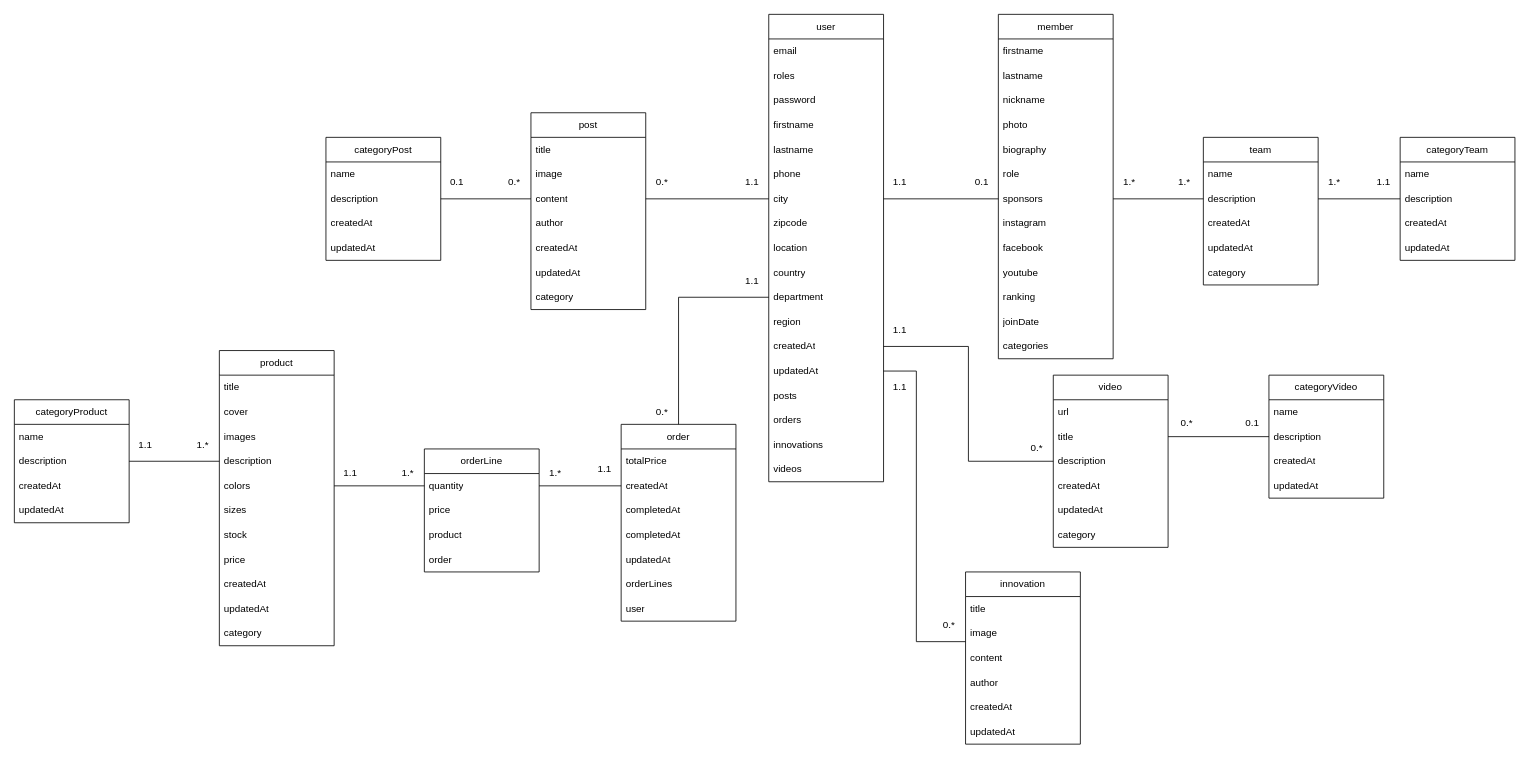
Before: MCD.drawio in Altmanmike/bodyboardbrand, a draw.io diagram. Source tidied: cells renumbered, new cells numbered last; positions are measured from the earlier drawing's top-left corner, leaving out a move shared by most shapes. Both pictures are drawn from the tidied source at 82%, with x=0, y=0 at pixel (14, 14).
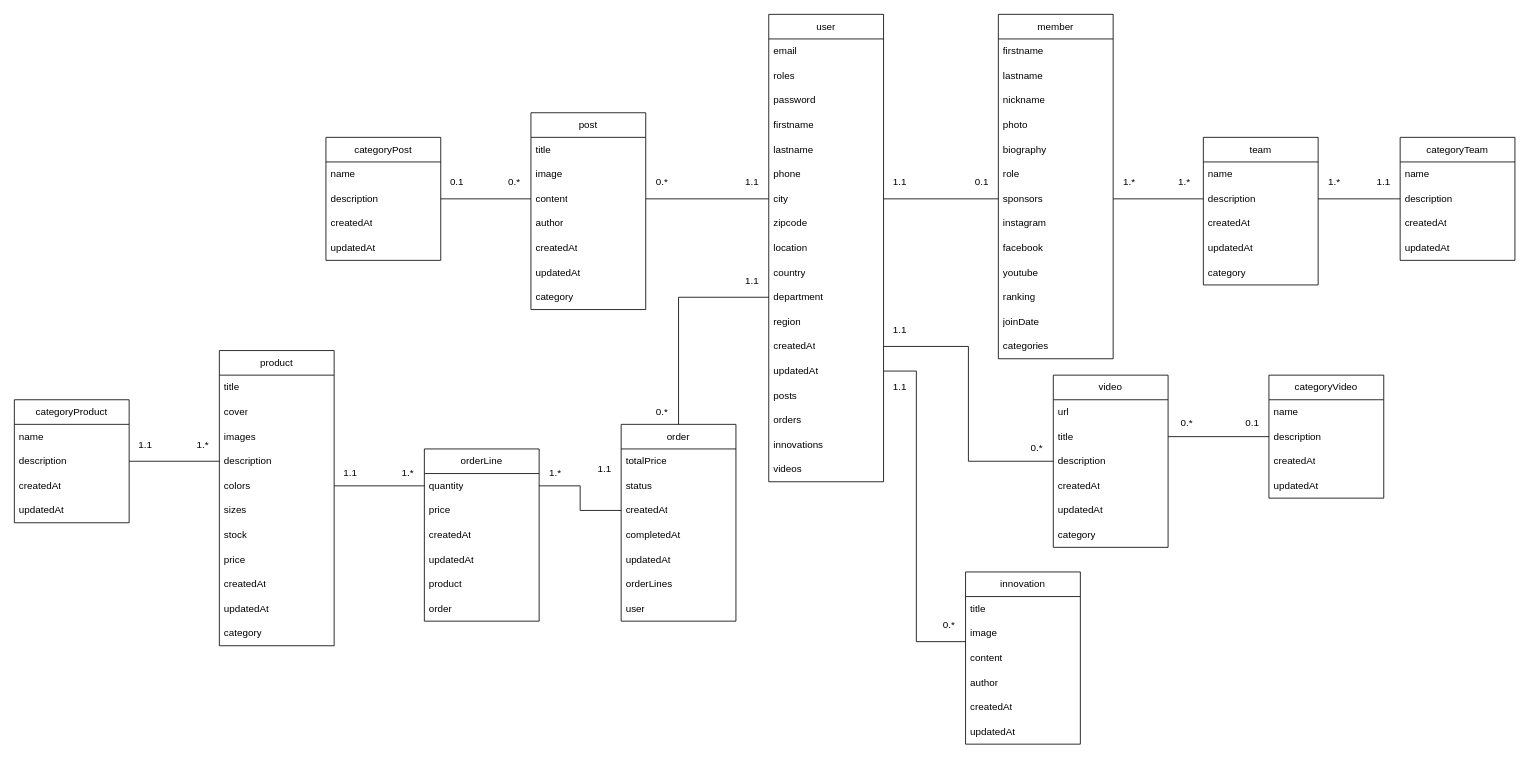
The same diagram, later.

The change refers to these unchanged cells:
```xml
<mxCell id="122" value="order" style="swimlane;fontStyle=0;horizontal=1;startSize=30;whiteSpace=wrap;html=1;" parent="1" vertex="1">
  <mxGeometry x="740" y="500" width="140" height="240" as="geometry" />
</mxCell>
```

Diff of the diagram source:
```diff
@@
+    <mxCell id="125" value="status" style="text;strokeColor=none;fillColor=none;align=left;verticalAlign=middle;spacingLeft=4;spacingRight=4;overflow=hidden;whiteSpace=wrap;html=1;" parent="122" vertex="1">
+      <mxGeometry y="60" width="140" height="30" as="geometry" />
+    </mxCell>
     <mxCell id="124" value="createdAt" style="text;strokeColor=none;fillColor=none;align=left;verticalAlign=middle;spacingLeft=4;spacingRight=4;overflow=hidden;points=[[0,0.5],[1,0.5]];portConstraint=eastwest;whiteSpace=wrap;html=1;" parent="122" vertex="1">
-      <mxGeometry y="60" width="140" height="30" as="geometry" />
+      <mxGeometry y="90" width="140" height="30" as="geometry" />
     </mxCell>
-    <mxCell id="125" value="completedAt" style="text;strokeColor=none;fillColor=none;align=left;verticalAlign=middle;spacingLeft=4;spacingRight=4;overflow=hidden;whiteSpace=wrap;html=1;" parent="122" vertex="1">
-      <mxGeometry y="90" width="140" height="30" as="geometry" />
-    </mxCell>
@@
     <mxCell id="130" value="orderLine" style="swimlane;fontStyle=0;horizontal=1;startSize=30;whiteSpace=wrap;html=1;" parent="1" vertex="1">
-      <mxGeometry x="500" y="530" width="140" height="150" as="geometry" />
+      <mxGeometry x="500" y="530" width="140" height="210" as="geometry" />
     </mxCell>
@@
+    <mxCell id="144" value="createdAt" style="text;strokeColor=none;fillColor=none;align=left;verticalAlign=middle;spacingLeft=4;spacingRight=4;overflow=hidden;whiteSpace=wrap;html=1;" parent="130" vertex="1">
+      <mxGeometry y="90" width="140" height="30" as="geometry" />
+    </mxCell>
+    <mxCell id="145" value="updatedAt" style="text;strokeColor=none;fillColor=none;align=left;verticalAlign=middle;spacingLeft=4;spacingRight=4;overflow=hidden;whiteSpace=wrap;html=1;" parent="130" vertex="1">
+      <mxGeometry y="120" width="140" height="30" as="geometry" />
+    </mxCell>
     <mxCell id="133" value="product" style="text;strokeColor=none;fillColor=none;align=left;verticalAlign=middle;spacingLeft=4;spacingRight=4;overflow=hidden;whiteSpace=wrap;html=1;" parent="130" vertex="1">
-      <mxGeometry y="90" width="140" height="30" as="geometry" />
+      <mxGeometry y="150" width="140" height="30" as="geometry" />
     </mxCell>
     <mxCell id="134" value="order" style="text;strokeColor=none;fillColor=none;align=left;verticalAlign=middle;spacingLeft=4;spacingRight=4;overflow=hidden;whiteSpace=wrap;html=1;" parent="130" vertex="1">
-      <mxGeometry y="120" width="140" height="30" as="geometry" />
+      <mxGeometry y="180" width="140" height="30" as="geometry" />
     </mxCell>
```
